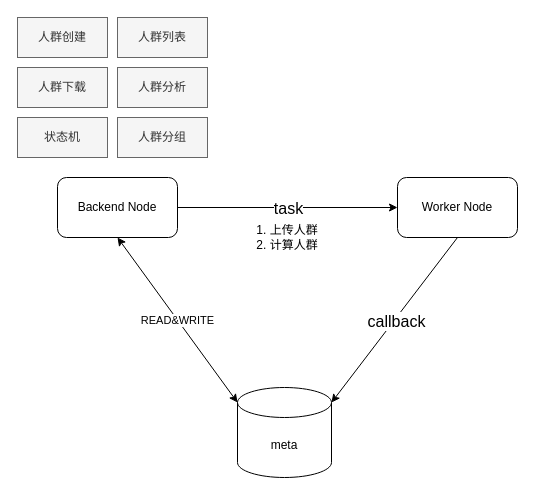
Before: ak_crowd.drawio in learn2Pro/draw_io_save, a draw.io diagram. Source tidied: cells renumbered, new cells numbered last; positions are measured from the earlier drawing's top-left corner, leaving out a move shared by most shapes. Both pictures are drawn from the tidied source at 100%, with x=0, y=0 at pixel (17, 17).
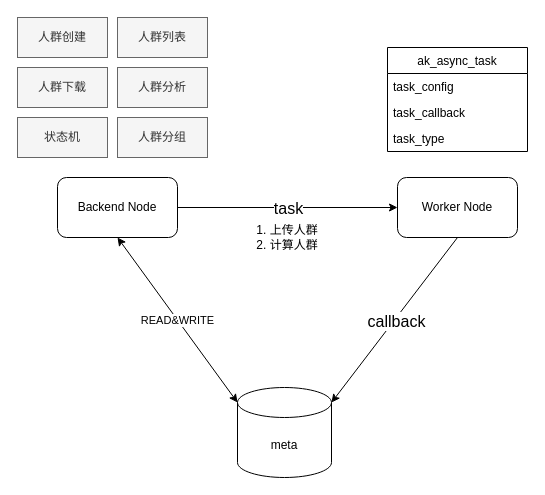
After the change.

What changed in the source:
```diff
@@
+    <mxCell id="17" value="ak_async_task" style="swimlane;fontStyle=0;horizontal=1;startSize=26;" parent="1" vertex="1">
+      <mxGeometry x="370" y="30" width="140" height="104" as="geometry" />
+    </mxCell>
+    <mxCell id="18" value="task_config" style="text;strokeColor=none;fillColor=none;align=left;verticalAlign=top;spacingLeft=4;spacingRight=4;overflow=hidden;" parent="17" vertex="1">
+      <mxGeometry y="26" width="140" height="26" as="geometry" />
+    </mxCell>
+    <mxCell id="19" value="task_callback" style="text;strokeColor=none;fillColor=none;align=left;verticalAlign=top;spacingLeft=4;spacingRight=4;overflow=hidden;" parent="17" vertex="1">
+      <mxGeometry y="52" width="140" height="26" as="geometry" />
+    </mxCell>
+    <mxCell id="20" value="task_type" style="text;strokeColor=none;fillColor=none;align=left;verticalAlign=top;spacingLeft=4;spacingRight=4;overflow=hidden;" parent="17" vertex="1">
+      <mxGeometry y="78" width="140" height="26" as="geometry" />
+    </mxCell>
```
